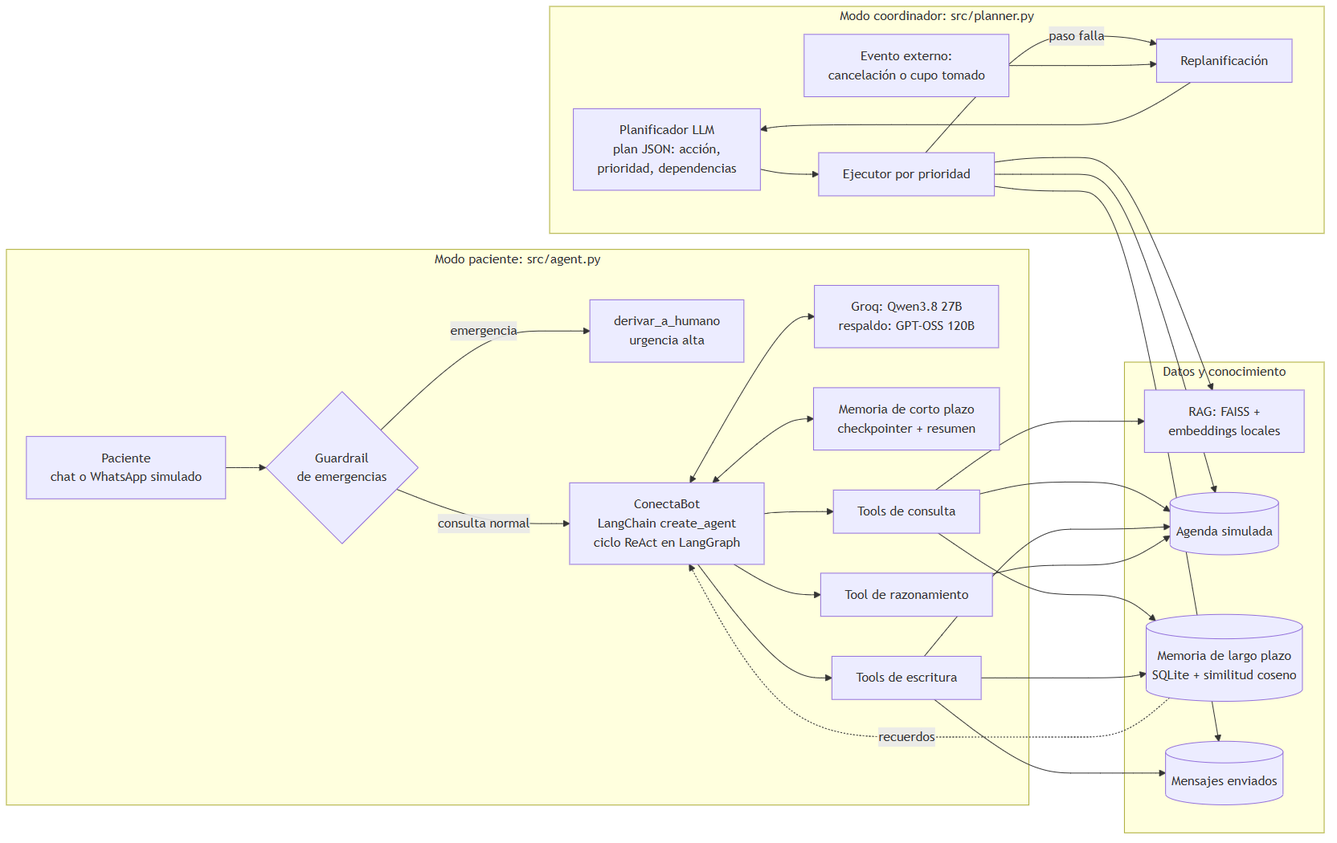
Earlier version of the Mermaid export docs/arquitectura_ep2.png (BenjaminHeresmann/SaludConecta-IA). Its source is kept beside it as docs/arquitectura_ep2.mmd.
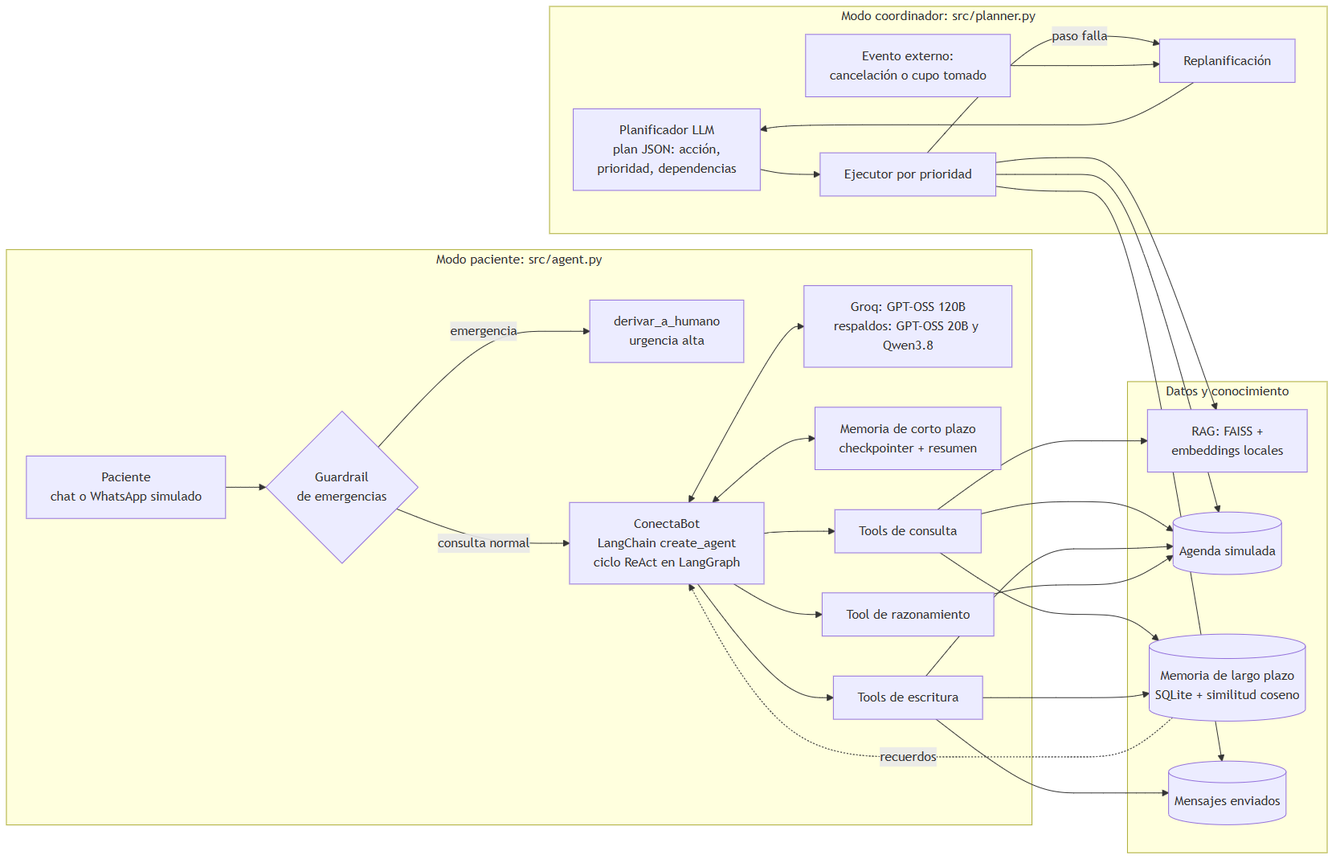
Above is the later version.

Commit message:
README y diagramas: cascada de modelos de Groq y latencia medida

What changed in the source:
```diff
@@ -3,7 +3,7 @@
         U[Paciente<br/>chat o WhatsApp simulado] --> G{Guardrail<br/>de emergencias}
         G -- emergencia --> H[derivar_a_humano<br/>urgencia alta]
         G -- consulta normal --> A[ConectaBot<br/>LangChain create_agent<br/>ciclo ReAct en LangGraph]
-        A <--> LLM[Groq: Qwen3.8 27B<br/>respaldo: GPT-OSS 120B]
+        A <--> LLM[Groq: GPT-OSS 120B<br/>respaldos: GPT-OSS 20B y Qwen3.8]
         A <--> MC[Memoria de corto plazo<br/>checkpointer + resumen]
         A --> TC[Tools de consulta]
         A --> TE[Tools de escritura]
```
